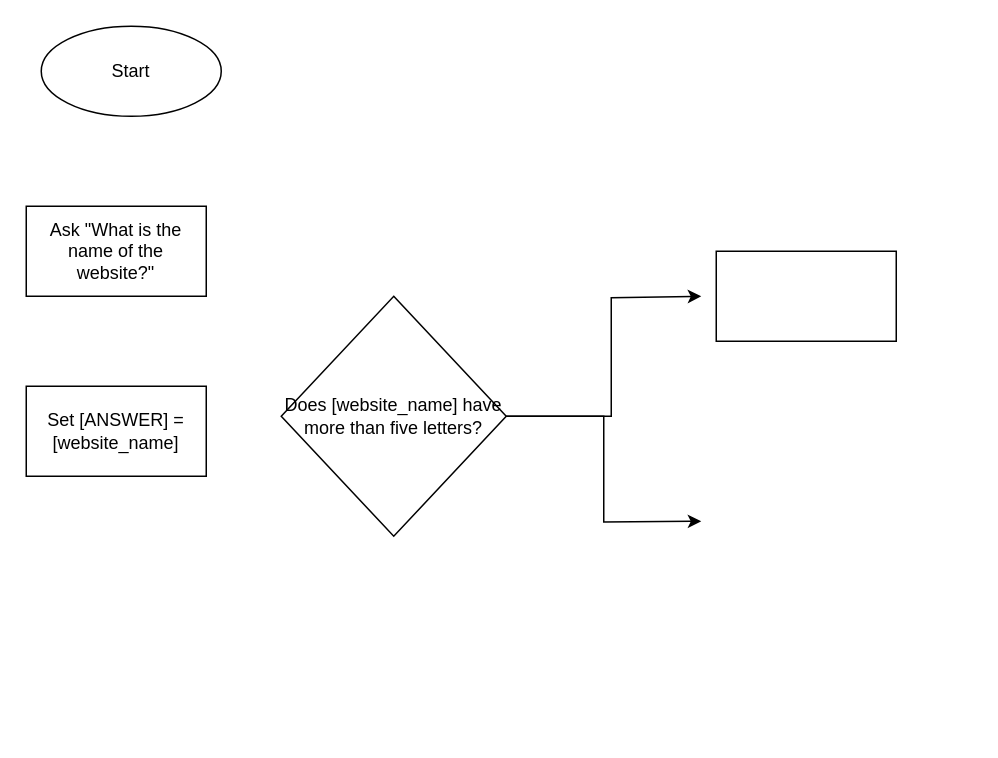
The draw.io diagram Password_Generator.drawio in sofawho/ap-csp, before the edit. Source tidied: cells renumbered, new cells numbered last; positions are measured from the earlier drawing's top-left corner, leaving out a move shared by most shapes. Both pictures are drawn from the tidied source at 150%, with x=0, y=0 at pixel (26, 26).
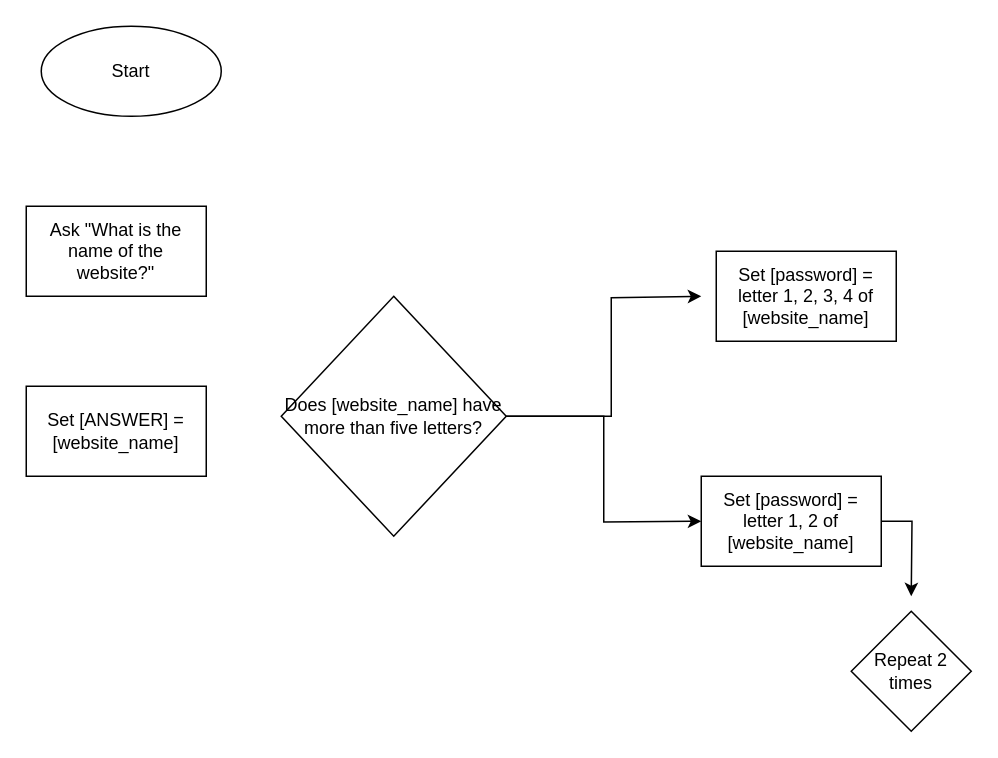
After the change.

The edit, as a diff of the source:
```diff
@@
 <mxGraphModel>
   <root>
     <mxCell id="0" />
     <mxCell id="1" parent="0" />
     <mxCell id="2" value="Start" style="ellipse;whiteSpace=wrap;html=1;" parent="1" vertex="1">
       <mxGeometry x="10" width="120" height="60" as="geometry" />
     </mxCell>
     <mxCell id="3" value="Ask &quot;What is the name of the website?&quot;" style="rounded=0;whiteSpace=wrap;html=1;" parent="1" vertex="1">
       <mxGeometry y="120" width="120" height="60" as="geometry" />
     </mxCell>
     <mxCell id="4" value="Set [ANSWER] = [website_name]" style="rounded=0;whiteSpace=wrap;html=1;" parent="1" vertex="1">
       <mxGeometry y="240" width="120" height="60" as="geometry" />
     </mxCell>
     <mxCell id="5" style="edgeStyle=orthogonalEdgeStyle;rounded=0;jettySize=auto;html=1;" parent="1" edge="1" source="7">
       <mxGeometry relative="1" as="geometry">
         <mxPoint x="450" y="180" as="targetPoint" />
         <Array as="points">
           <mxPoint x="390" y="260" />
           <mxPoint x="390" y="181" />
         </Array>
       </mxGeometry>
     </mxCell>
     <mxCell id="6" style="edgeStyle=orthogonalEdgeStyle;rounded=0;jettySize=auto;html=1;" parent="1" edge="1" source="7">
       <mxGeometry relative="1" as="geometry">
         <mxPoint x="450" y="330" as="targetPoint" />
       </mxGeometry>
     </mxCell>
     <mxCell id="7" value="Does [website_name] have more than five letters?" style="rhombus;whiteSpace=wrap;html=1;" parent="1" vertex="1">
       <mxGeometry x="170" y="180" width="150" height="160" as="geometry" />
     </mxCell>
-    <mxCell id="8" style="rounded=0;whiteSpace=wrap;html=1;" parent="1" vertex="1">
+    <mxCell id="8" value="Set [password] = letter 1, 2, 3, 4 of [website_name]" style="rounded=0;whiteSpace=wrap;html=1;" parent="1" vertex="1">
       <mxGeometry x="460" y="150" width="120" height="60" as="geometry" />
     </mxCell>
+    <mxCell id="9" style="edgeStyle=orthogonalEdgeStyle;rounded=0;jettySize=auto;html=1;" parent="1" edge="1" source="10">
+      <mxGeometry relative="1" as="geometry">
+        <mxPoint x="590" y="380" as="targetPoint" />
+      </mxGeometry>
+    </mxCell>
+    <mxCell id="10" value="Set [password] = letter 1, 2 of [website_name]" style="rounded=0;whiteSpace=wrap;html=1;" parent="1" vertex="1">
+      <mxGeometry x="450" y="300" width="120" height="60" as="geometry" />
+    </mxCell>
+    <mxCell id="11" value="Repeat 2 times" style="rhombus;whiteSpace=wrap;html=1;" parent="1" vertex="1">
+      <mxGeometry x="550" y="390" width="80" height="80" as="geometry" />
+    </mxCell>
   </root>
 </mxGraphModel>
```
